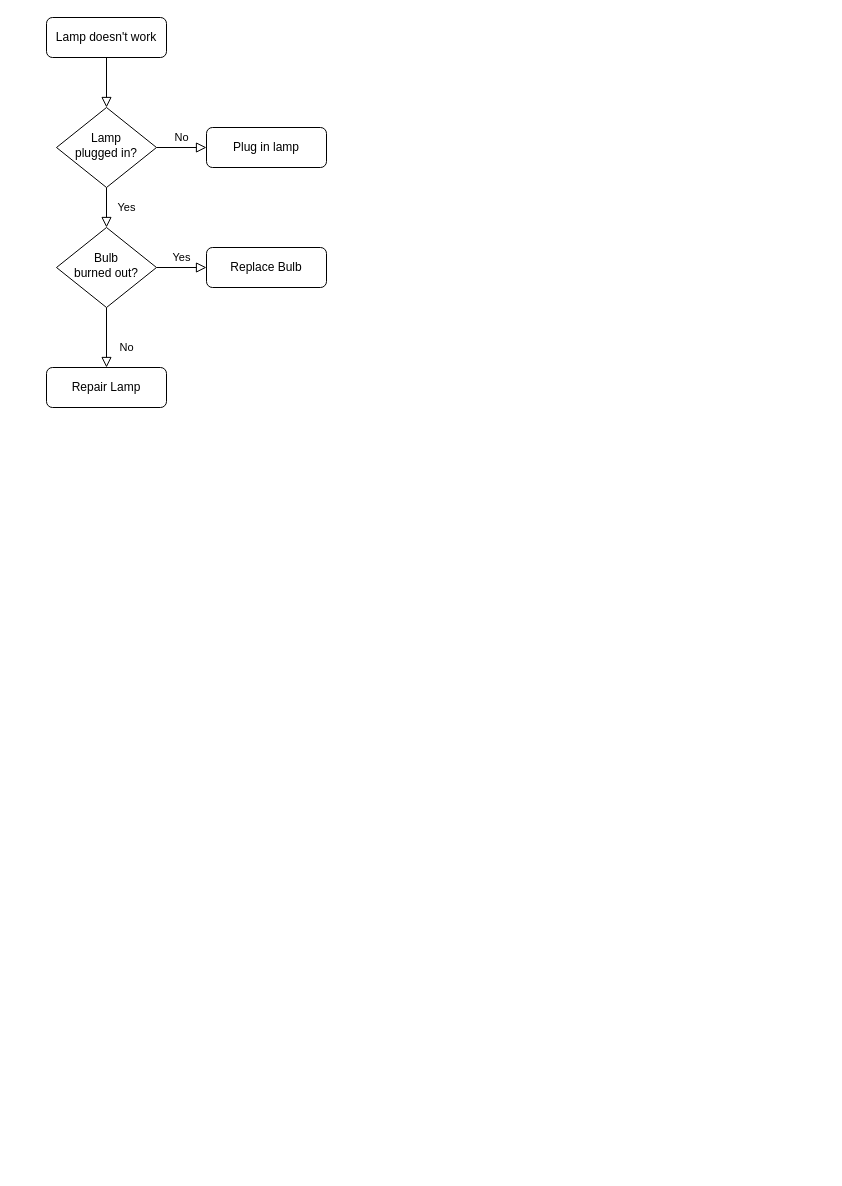
This is planning/Untitled Diagram.drawio from emcog/pressandhold, a draw.io file, before an edit. Source tidied: cells renumbered, new cells numbered last; positions are measured from the earlier drawing's top-left corner, leaving out a move shared by most shapes. Both pictures are drawn from the tidied source at 100%, with x=0, y=0 at pixel (46, 17).
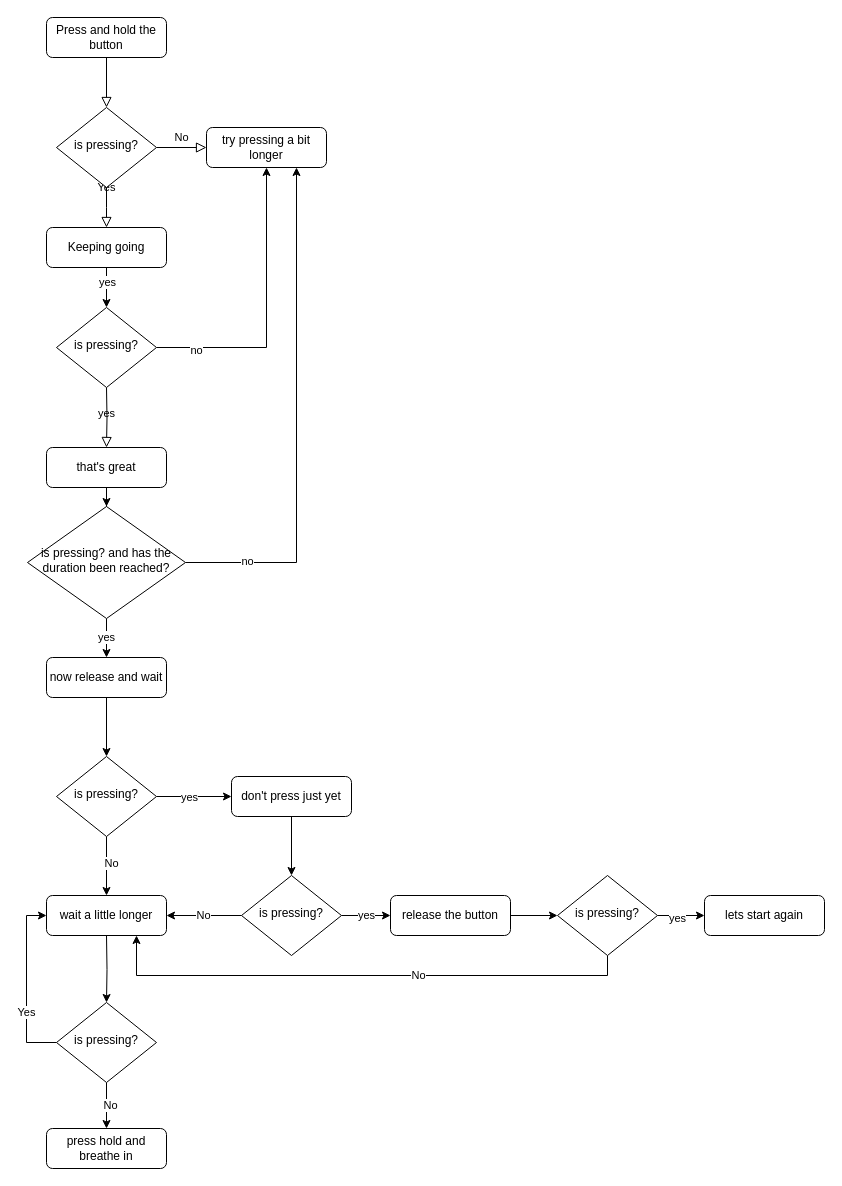
Above is the later version.

What changed in the source:
```diff
@@
-    <mxCell id="3" value="Lamp doesn't work" style="rounded=1;whiteSpace=wrap;html=1;fontSize=12;glass=0;strokeWidth=1;shadow=0;" parent="1" vertex="1">
+    <mxCell id="3" value="Press and hold the button" style="rounded=1;whiteSpace=wrap;html=1;fontSize=12;glass=0;strokeWidth=1;shadow=0;" parent="1" vertex="1">
       <mxGeometry width="120" height="40" as="geometry" />
     </mxCell>
-    <mxCell id="4" value="Yes" style="rounded=0;html=1;jettySize=auto;fontSize=11;endArrow=block;endFill=0;endSize=8;strokeWidth=1;shadow=0;labelBackgroundColor=none;edgeStyle=orthogonalEdgeStyle;" parent="1" edge="1" source="6" target="10">
-      <mxGeometry y="20" relative="1" as="geometry" />
+    <mxCell id="4" value="Yes" style="rounded=0;html=1;jettySize=auto;fontSize=11;endArrow=block;endFill=0;endSize=8;strokeWidth=1;shadow=0;labelBackgroundColor=none;edgeStyle=orthogonalEdgeStyle;" parent="1" edge="1" source="6">
+      <mxGeometry y="20" relative="1" as="geometry">
+        <mxPoint x="60" y="210" as="targetPoint" />
+      </mxGeometry>
     </mxCell>
@@
-    <mxCell id="6" value="Lamp&lt;br&gt;plugged in?" style="rhombus;whiteSpace=wrap;html=1;shadow=0;fontFamily=Helvetica;fontSize=12;align=center;strokeWidth=1;spacing=6;spacingTop=-4;" parent="1" vertex="1">
+    <mxCell id="6" value="is pressing?" style="rhombus;whiteSpace=wrap;html=1;shadow=0;fontFamily=Helvetica;fontSize=12;align=center;strokeWidth=1;spacing=6;spacingTop=-4;" parent="1" vertex="1">
       <mxGeometry x="10" y="90" width="100" height="80" as="geometry" />
     </mxCell>
-    <mxCell id="7" value="Plug in lamp" style="rounded=1;whiteSpace=wrap;html=1;fontSize=12;glass=0;strokeWidth=1;shadow=0;" parent="1" vertex="1">
+    <mxCell id="7" value="try pressing a bit longer" style="rounded=1;whiteSpace=wrap;html=1;fontSize=12;glass=0;strokeWidth=1;shadow=0;" parent="1" vertex="1">
       <mxGeometry x="160" y="110" width="120" height="40" as="geometry" />
     </mxCell>
-    <mxCell id="8" value="No" style="rounded=0;html=1;jettySize=auto;fontSize=11;endArrow=block;endFill=0;endSize=8;strokeWidth=1;shadow=0;labelBackgroundColor=none;edgeStyle=orthogonalEdgeStyle;" parent="1" edge="1" source="10" target="11">
-      <mxGeometry x="0.33" y="20" relative="1" as="geometry" />
+    <mxCell id="8" value="yes" style="rounded=0;html=1;jettySize=auto;fontSize=11;endArrow=block;endFill=0;endSize=8;strokeWidth=1;shadow=0;labelBackgroundColor=none;edgeStyle=orthogonalEdgeStyle;" parent="1" edge="1" target="11">
+      <mxGeometry x="-0.13" relative="1" as="geometry">
+        <mxPoint x="60" y="370" as="sourcePoint" />
+      </mxGeometry>
     </mxCell>
+    <mxCell id="13" style="edgeStyle=orthogonalEdgeStyle;rounded=0;jettySize=auto;html=1;" parent="1" edge="1" source="11" target="23">
+      <mxGeometry relative="1" as="geometry" />
+    </mxCell>
+    <mxCell id="11" value="that's great" style="rounded=1;whiteSpace=wrap;html=1;fontSize=12;glass=0;strokeWidth=1;shadow=0;" parent="1" vertex="1">
+      <mxGeometry y="430" width="120" height="40" as="geometry" />
+    </mxCell>
+    <mxCell id="14" style="edgeStyle=orthogonalEdgeStyle;rounded=0;jettySize=auto;html=1;" parent="1" edge="1" source="16" target="19">
+      <mxGeometry relative="1" as="geometry" />
+    </mxCell>
+    <mxCell id="15" value="yes" style="edgeLabel;html=1;align=center;verticalAlign=middle;" parent="14" vertex="1">
+      <mxGeometry x="-0.28" relative="1" as="geometry" />
+    </mxCell>
+    <mxCell id="16" value="Keeping going" style="rounded=1;whiteSpace=wrap;html=1;fontSize=12;glass=0;strokeWidth=1;shadow=0;" parent="1" vertex="1">
+      <mxGeometry y="210" width="120" height="40" as="geometry" />
+    </mxCell>
+    <mxCell id="17" style="edgeStyle=orthogonalEdgeStyle;rounded=0;jettySize=auto;html=1;entryX=0.5;entryY=1;entryDx=0;entryDy=0;" parent="1" edge="1" source="19" target="7">
+      <mxGeometry relative="1" as="geometry" />
+    </mxCell>
+    <mxCell id="18" value="no" style="edgeLabel;html=1;align=center;verticalAlign=middle;" parent="17" vertex="1">
+      <mxGeometry x="-0.73" y="-2" relative="1" as="geometry" />
+    </mxCell>
+    <mxCell id="19" value="is pressing?" style="rhombus;whiteSpace=wrap;html=1;shadow=0;fontFamily=Helvetica;fontSize=12;align=center;strokeWidth=1;spacing=6;spacingTop=-4;" parent="1" vertex="1">
+      <mxGeometry x="10" y="290" width="100" height="80" as="geometry" />
+    </mxCell>
+    <mxCell id="20" value="yes" style="edgeStyle=orthogonalEdgeStyle;rounded=0;jettySize=auto;html=1;" parent="1" edge="1" source="23" target="25">
+      <mxGeometry relative="1" as="geometry" />
+    </mxCell>
+    <mxCell id="21" style="edgeStyle=orthogonalEdgeStyle;rounded=0;jettySize=auto;html=1;entryX=0.75;entryY=1;entryDx=0;entryDy=0;" parent="1" edge="1" source="23" target="7">
+      <mxGeometry relative="1" as="geometry" />
+    </mxCell>
+    <mxCell id="22" value="no" style="edgeLabel;html=1;align=center;verticalAlign=middle;" parent="21" vertex="1">
+      <mxGeometry x="-0.76" y="2" relative="1" as="geometry" />
+    </mxCell>
+    <mxCell id="23" value="is pressing? and has the duration been reached?" style="rhombus;whiteSpace=wrap;html=1;shadow=0;fontFamily=Helvetica;fontSize=12;align=center;strokeWidth=1;spacing=6;spacingTop=-4;" parent="1" vertex="1">
+      <mxGeometry x="-19" y="489" width="158" height="112" as="geometry" />
+    </mxCell>
+    <mxCell id="24" style="edgeStyle=orthogonalEdgeStyle;rounded=0;jettySize=auto;html=1;" parent="1" edge="1" source="25" target="29">
+      <mxGeometry relative="1" as="geometry" />
+    </mxCell>
+    <mxCell id="25" value="now release and wait" style="rounded=1;whiteSpace=wrap;html=1;fontSize=12;glass=0;strokeWidth=1;shadow=0;" parent="1" vertex="1">
+      <mxGeometry y="640" width="120" height="40" as="geometry" />
+    </mxCell>
+    <mxCell id="26" style="edgeStyle=orthogonalEdgeStyle;rounded=0;jettySize=auto;html=1;" parent="1" edge="1" source="29" target="31">
+      <mxGeometry relative="1" as="geometry" />
+    </mxCell>
+    <mxCell id="27" value="yes" style="edgeLabel;html=1;align=center;verticalAlign=middle;" parent="26" vertex="1">
+      <mxGeometry x="-0.16" y="-2" relative="1" as="geometry">
+        <mxPoint y="-2" as="offset" />
+      </mxGeometry>
+    </mxCell>
+    <mxCell id="28" value="No" style="edgeStyle=orthogonalEdgeStyle;rounded=0;jettySize=auto;html=1;entryX=0.5;entryY=0;entryDx=0;entryDy=0;" parent="1" edge="1" source="29" target="32">
+      <mxGeometry x="-0.08" y="5" relative="1" as="geometry" />
+    </mxCell>
+    <mxCell id="29" value="is pressing?" style="rhombus;whiteSpace=wrap;html=1;shadow=0;fontFamily=Helvetica;fontSize=12;align=center;strokeWidth=1;spacing=6;spacingTop=-4;" parent="1" vertex="1">
+      <mxGeometry x="10" y="739" width="100" height="80" as="geometry" />
+    </mxCell>
+    <mxCell id="30" style="edgeStyle=orthogonalEdgeStyle;rounded=0;jettySize=auto;html=1;" parent="1" edge="1" source="31" target="41">
+      <mxGeometry relative="1" as="geometry" />
+    </mxCell>
+    <mxCell id="31" value="don't press just yet" style="rounded=1;whiteSpace=wrap;html=1;fontSize=12;glass=0;strokeWidth=1;shadow=0;" parent="1" vertex="1">
+      <mxGeometry x="185" y="759" width="120" height="40" as="geometry" />
+    </mxCell>
+    <mxCell id="32" value="wait a little longer" style="rounded=1;whiteSpace=wrap;html=1;fontSize=12;glass=0;strokeWidth=1;shadow=0;" parent="1" vertex="1">
+      <mxGeometry y="878" width="120" height="40" as="geometry" />
+    </mxCell>
+    <mxCell id="33" style="edgeStyle=orthogonalEdgeStyle;rounded=0;jettySize=auto;html=1;entryX=0.5;entryY=0;entryDx=0;entryDy=0;" parent="1" edge="1" target="37">
+      <mxGeometry relative="1" as="geometry">
+        <mxPoint x="60" y="918" as="sourcePoint" />
+      </mxGeometry>
+    </mxCell>
+    <mxCell id="34" style="edgeStyle=orthogonalEdgeStyle;rounded=0;jettySize=auto;html=1;" parent="1" edge="1" source="37" target="38">
+      <mxGeometry relative="1" as="geometry" />
+    </mxCell>
+    <mxCell id="35" value="No" style="edgeLabel;html=1;align=center;verticalAlign=middle;" parent="34" vertex="1">
+      <mxGeometry x="-0.04" y="3" relative="1" as="geometry" />
+    </mxCell>
+    <mxCell id="36" style="edgeStyle=orthogonalEdgeStyle;rounded=0;jettySize=auto;html=1;entryX=0;entryY=0.5;entryDx=0;entryDy=0;" parent="1" edge="1" source="37" target="32">
+      <mxGeometry relative="1" as="geometry">
+        <Array as="points">
+          <mxPoint x="-20" y="1025" />
+          <mxPoint x="-20" y="898" />
+        </Array>
+      </mxGeometry>
+    </mxCell>
-    <mxCell id="9" value="Yes" style="edgeStyle=orthogonalEdgeStyle;rounded=0;html=1;jettySize=auto;fontSize=11;endArrow=block;endFill=0;endSize=8;strokeWidth=1;shadow=0;labelBackgroundColor=none;" parent="1" edge="1" source="10" target="12">
-      <mxGeometry y="10" relative="1" as="geometry" />
+    <mxCell id="9" value="Yes" style="edgeLabel;html=1;align=center;verticalAlign=middle;" parent="36" vertex="1">
+      <mxGeometry x="-0.31" y="1" relative="1" as="geometry" />
     </mxCell>
-    <mxCell id="10" value="Bulb&lt;br&gt;burned out?" style="rhombus;whiteSpace=wrap;html=1;shadow=0;fontFamily=Helvetica;fontSize=12;align=center;strokeWidth=1;spacing=6;spacingTop=-4;" parent="1" vertex="1">
-      <mxGeometry x="10" y="210" width="100" height="80" as="geometry" />
-    </mxCell>
-    <mxCell id="11" value="Repair Lamp" style="rounded=1;whiteSpace=wrap;html=1;fontSize=12;glass=0;strokeWidth=1;shadow=0;" parent="1" vertex="1">
-      <mxGeometry y="350" width="120" height="40" as="geometry" />
-    </mxCell>
-    <mxCell id="12" value="Replace Bulb" style="rounded=1;whiteSpace=wrap;html=1;fontSize=12;glass=0;strokeWidth=1;shadow=0;" parent="1" vertex="1">
-      <mxGeometry x="160" y="230" width="120" height="40" as="geometry" />
-    </mxCell>
+    <mxCell id="37" value="is pressing?" style="rhombus;whiteSpace=wrap;html=1;shadow=0;fontFamily=Helvetica;fontSize=12;align=center;strokeWidth=1;spacing=6;spacingTop=-4;" parent="1" vertex="1">
+      <mxGeometry x="10" y="985" width="100" height="80" as="geometry" />
+    </mxCell>
+    <mxCell id="38" value="press hold and breathe in" style="rounded=1;whiteSpace=wrap;html=1;fontSize=12;glass=0;strokeWidth=1;shadow=0;" parent="1" vertex="1">
+      <mxGeometry y="1111" width="120" height="40" as="geometry" />
+    </mxCell>
+    <mxCell id="39" value="No" style="edgeStyle=orthogonalEdgeStyle;rounded=0;jettySize=auto;html=1;" parent="1" edge="1" source="41" target="32">
+      <mxGeometry relative="1" as="geometry" />
+    </mxCell>
+    <mxCell id="40" value="yes" style="edgeStyle=orthogonalEdgeStyle;rounded=0;jettySize=auto;html=1;" parent="1" edge="1" source="41" target="43">
+      <mxGeometry relative="1" as="geometry" />
+    </mxCell>
+    <mxCell id="41" value="is pressing?" style="rhombus;whiteSpace=wrap;html=1;shadow=0;fontFamily=Helvetica;fontSize=12;align=center;strokeWidth=1;spacing=6;spacingTop=-4;" parent="1" vertex="1">
+      <mxGeometry x="195" y="858" width="100" height="80" as="geometry" />
+    </mxCell>
+    <mxCell id="42" style="edgeStyle=orthogonalEdgeStyle;rounded=0;jettySize=auto;html=1;" parent="1" edge="1" source="43" target="48">
+      <mxGeometry relative="1" as="geometry" />
+    </mxCell>
+    <mxCell id="43" value="release the button" style="rounded=1;whiteSpace=wrap;html=1;fontSize=12;glass=0;strokeWidth=1;shadow=0;" parent="1" vertex="1">
+      <mxGeometry x="344" y="878" width="120" height="40" as="geometry" />
+    </mxCell>
+    <mxCell id="44" style="edgeStyle=orthogonalEdgeStyle;rounded=0;jettySize=auto;html=1;" parent="1" edge="1" source="48" target="49">
+      <mxGeometry relative="1" as="geometry" />
+    </mxCell>
+    <mxCell id="45" value="yes" style="edgeLabel;html=1;align=center;verticalAlign=middle;" parent="44" vertex="1">
+      <mxGeometry x="-0.19" y="-2" relative="1" as="geometry" />
+    </mxCell>
+    <mxCell id="46" style="edgeStyle=orthogonalEdgeStyle;rounded=0;jettySize=auto;html=1;entryX=0.75;entryY=1;entryDx=0;entryDy=0;" parent="1" edge="1" source="48" target="32">
+      <mxGeometry relative="1" as="geometry">
+        <Array as="points">
+          <mxPoint x="561" y="958" />
+          <mxPoint x="90" y="958" />
+        </Array>
+      </mxGeometry>
+    </mxCell>
+    <mxCell id="47" value="No" style="edgeLabel;html=1;align=center;verticalAlign=middle;" parent="46" vertex="1">
+      <mxGeometry x="-0.21" y="-1" relative="1" as="geometry" />
+    </mxCell>
+    <mxCell id="48" value="is pressing?" style="rhombus;whiteSpace=wrap;html=1;shadow=0;fontFamily=Helvetica;fontSize=12;align=center;strokeWidth=1;spacing=6;spacingTop=-4;" parent="1" vertex="1">
+      <mxGeometry x="511" y="858" width="100" height="80" as="geometry" />
+    </mxCell>
+    <mxCell id="49" value="lets start again" style="rounded=1;whiteSpace=wrap;html=1;fontSize=12;glass=0;strokeWidth=1;shadow=0;" parent="1" vertex="1">
+      <mxGeometry x="658" y="878" width="120" height="40" as="geometry" />
+    </mxCell>
+    <mxCell id="50" style="edgeStyle=orthogonalEdgeStyle;rounded=0;orthogonalLoop=1;jettySize=auto;html=1;exitX=0.5;exitY=1;exitDx=0;exitDy=0;" parent="1" edge="1" source="23" target="23">
+      <mxGeometry relative="1" as="geometry" />
+    </mxCell>
```
